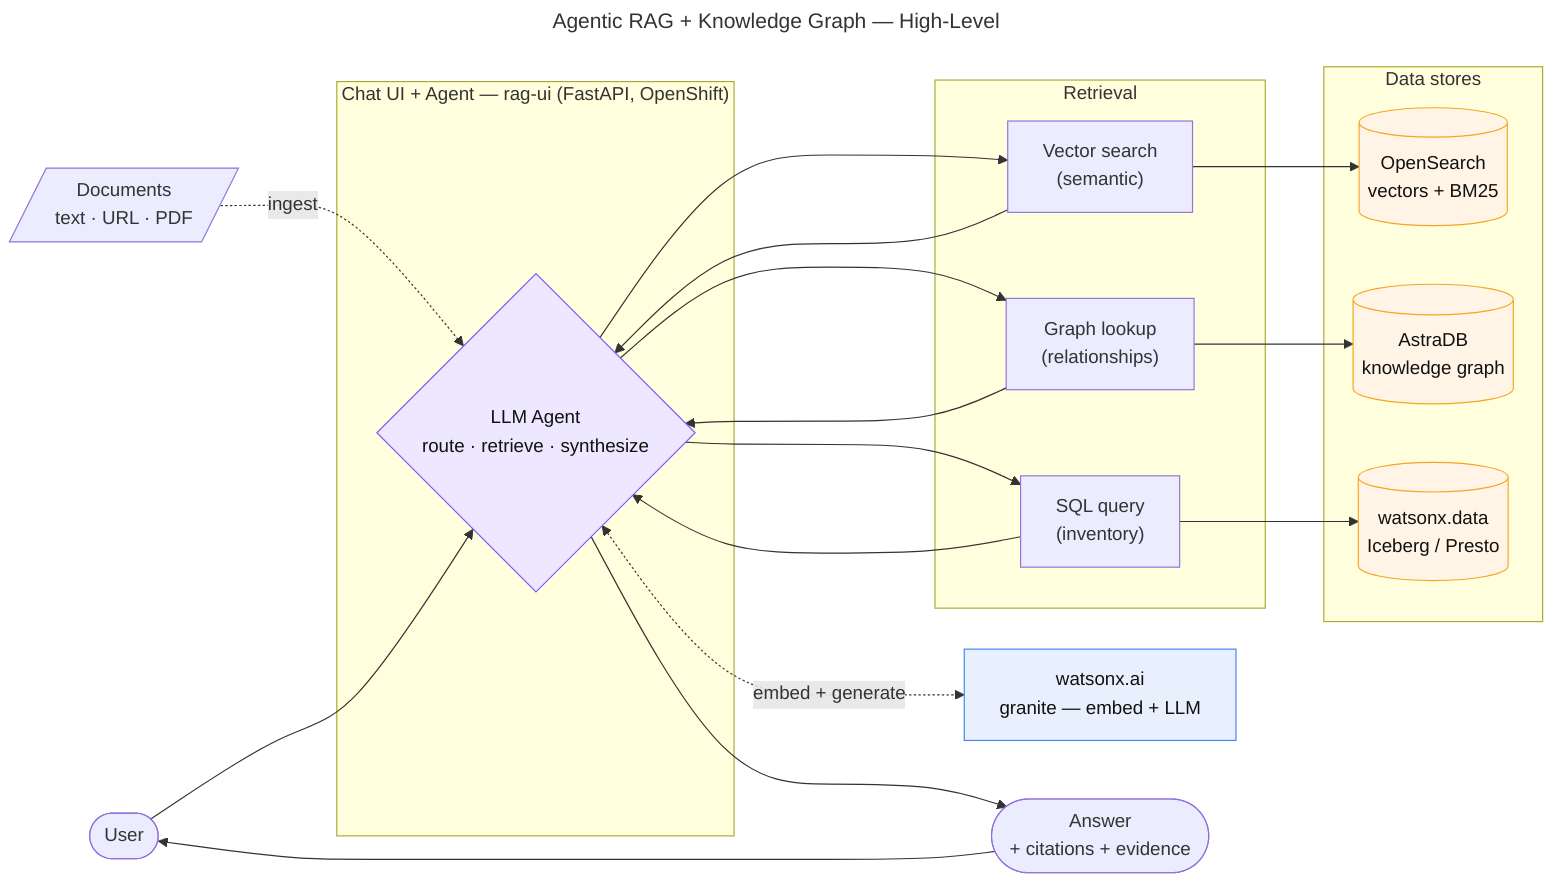
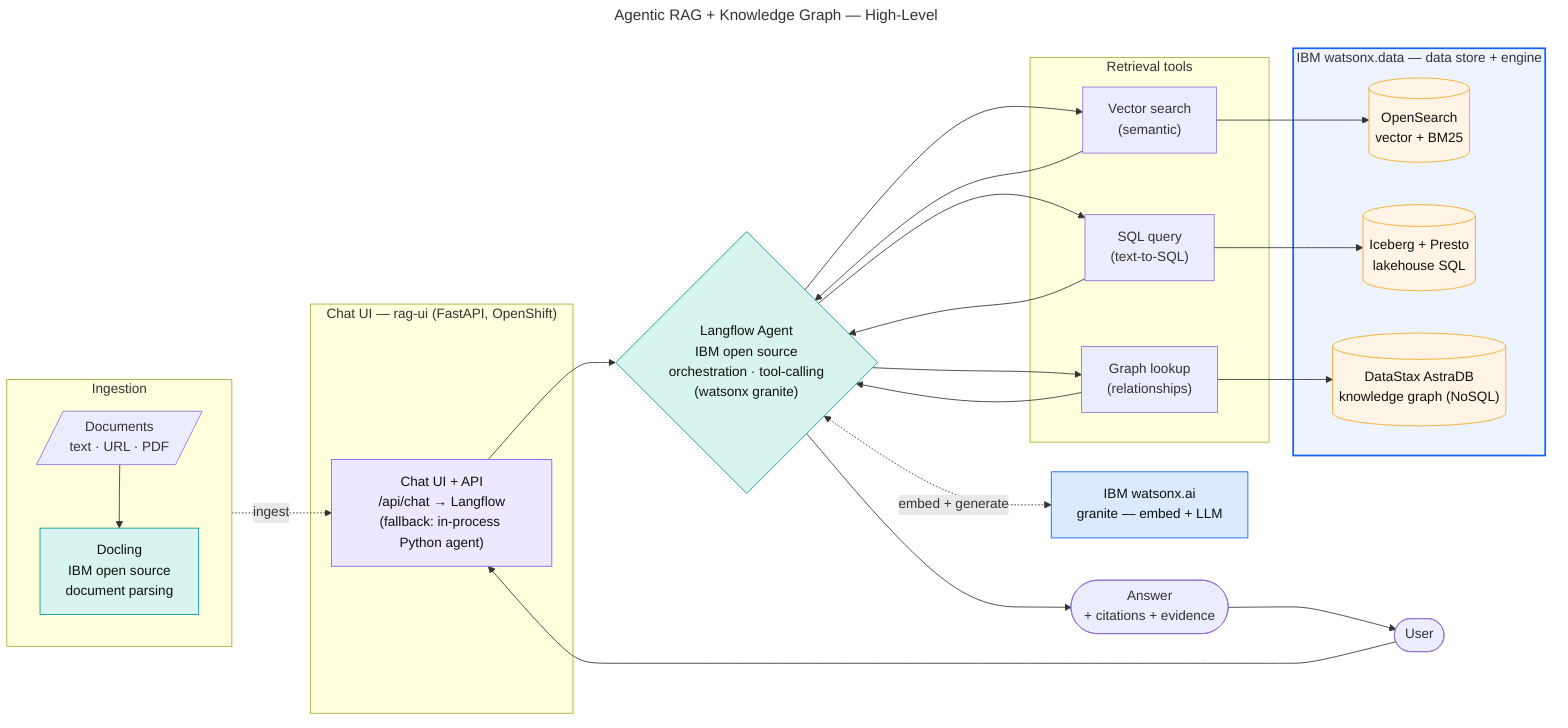
---
title: Agentic RAG + Knowledge Graph — High-Level
---
flowchart LR
  user(["User"])

-   subgraph APP["Chat UI + Agent — rag-ui (FastAPI, OpenShift)"]
-     agent{"LLM Agent<br/>route · retrieve · synthesize"}
+   subgraph ING["Ingestion"]
+     direction TB
+     docs[/"Documents<br/>text · URL · PDF"/]
+     docling["Docling<br/>IBM open source<br/>document parsing"]
+     docs --> docling
  end

-   subgraph RET["Retrieval"]
+   subgraph APP["Chat UI — rag-ui (FastAPI, OpenShift)"]
+     ui["Chat UI + API<br/>/api/chat → Langflow<br/>(fallback: in-process Python agent)"]
+   end
+ 
+   lf{"Langflow Agent<br/>IBM open source<br/>orchestration · tool-calling<br/>(watsonx granite)"}
+ 
+   subgraph RET["Retrieval tools"]
    vec["Vector search<br/>(semantic)"]
    kg["Graph lookup<br/>(relationships)"]
-     sql["SQL query<br/>(inventory)"]
+     sql["SQL query<br/>(text-to-SQL)"]
  end

-   subgraph DATA["Data stores"]
-     os[("OpenSearch<br/>vectors + BM25")]
-     astra[("AstraDB<br/>knowledge graph")]
-     ice[("watsonx.data<br/>Iceberg / Presto")]
+   subgraph WXD["IBM watsonx.data — data store + engine"]
+     os[("OpenSearch<br/>vector + BM25")]
+     ice[("Iceberg + Presto<br/>lakehouse SQL")]
+     astra[("DataStax AstraDB<br/>knowledge graph (NoSQL)")]
  end

-   wx["watsonx.ai<br/>granite — embed + LLM"]
-   docs[/"Documents<br/>text · URL · PDF"/]
+   wx["IBM watsonx.ai<br/>granite — embed + LLM"]

  %% ingest (write)
-   docs -. ingest .-> agent
+   docling -. ingest .-> ui

-   %% query (read)
-   user --> agent
-   agent --> vec --> os
-   agent --> kg --> astra
-   agent --> sql --> ice
-   vec & kg & sql --> agent
-   agent <-. embed + generate .-> wx
-   agent --> ans(["Answer<br/>+ citations + evidence"])
-   ans --> user
+   %% query (read) — Chat UI delegates orchestration to the Langflow agent
+   user --> ui --> lf
+   lf --> vec --> os
+   lf --> kg --> astra
+   lf --> sql --> ice
+   vec & kg & sql --> lf
+   lf <-. embed + generate .-> wx
+   lf --> ans(["Answer<br/>+ citations + evidence"]) --> user

-   classDef saas fill:#e8f0fe,stroke:#4285f4,color:#111
+   classDef ibm fill:#dbeafe,stroke:#0f62fe,color:#111
+   classDef ibmoss fill:#d7f5ee,stroke:#0a9396,color:#111
  classDef store fill:#fff4e5,stroke:#f5a623,color:#111
  classDef app fill:#ede7ff,stroke:#7c5cff,color:#111
-   class wx saas
-   class os,astra,ice store
-   class agent app
+   class wx ibm
+   class docling,lf ibmoss
+   class os,ice,astra store
+   class ui app
+   style WXD fill:#eef4ff,stroke:#0f62fe,stroke-width:2px
